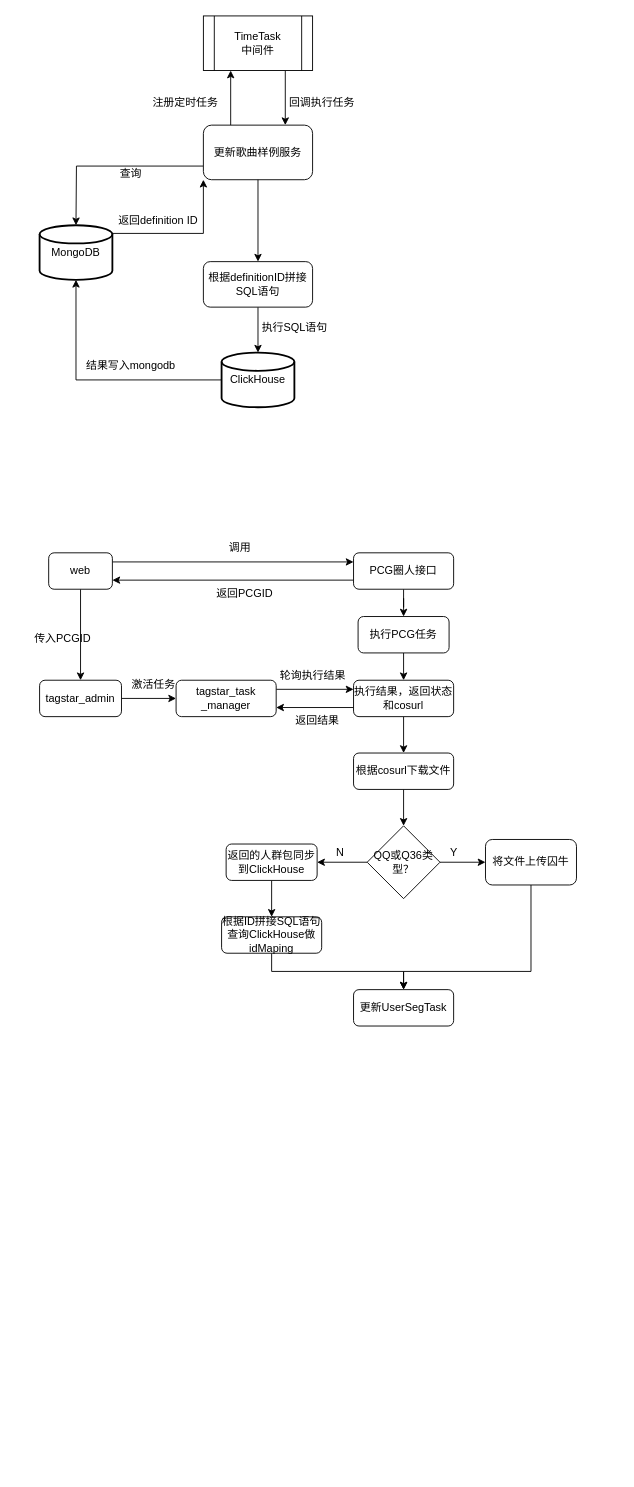
Above: 未命名绘图.drawio in stardust123456/go (draw.io), before the change. Source tidied: cells renumbered, new cells numbered last; positions are measured from the earlier drawing's top-left corner, leaving out a move shared by most shapes. Both pictures are drawn from the tidied source at 91%, with x=0, y=0 at pixel (21, 15).
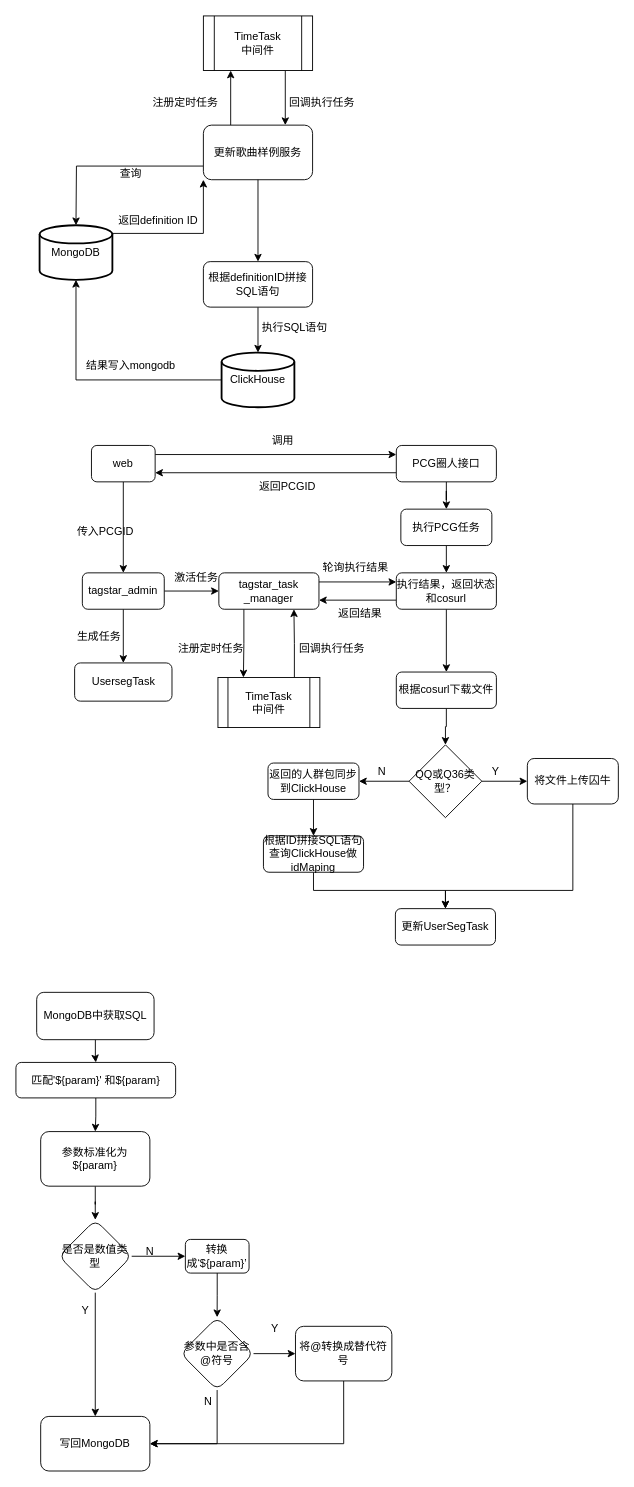
After the change.

Commit message:
更新未命名绘图.drawio

Change to the diagram source:
```diff
@@
     <mxCell id="22" value="web" style="rounded=1;whiteSpace=wrap;html=1;" parent="1" vertex="1">
-      <mxGeometry x="30" y="590" width="70" height="40" as="geometry" />
+      <mxGeometry x="77" y="472" width="70" height="40" as="geometry" />
     </mxCell>
@@
     <mxCell id="25" value="PCG圈人接口" style="whiteSpace=wrap;html=1;rounded=1;" parent="1" vertex="1">
-      <mxGeometry x="365" y="590" width="110" height="40" as="geometry" />
+      <mxGeometry x="412" y="472" width="110" height="40" as="geometry" />
     </mxCell>
@@
     <mxCell id="27" value="调用" style="text;html=1;align=center;verticalAlign=middle;strokeColor=none;fillColor=none;" parent="1" vertex="1">
-      <mxGeometry x="215" y="570" width="50" height="30" as="geometry" />
+      <mxGeometry x="262" y="452" width="50" height="30" as="geometry" />
     </mxCell>
@@
     <mxCell id="29" value="返回PCGID" style="text;html=1;align=center;verticalAlign=middle;points=[];strokeColor=none;fillColor=none;" parent="1" vertex="1">
-      <mxGeometry x="200" y="620" width="90" height="30" as="geometry" />
+      <mxGeometry x="247" y="502" width="90" height="30" as="geometry" />
     </mxCell>
@@
     <mxCell id="31" value="执行PCG任务" style="rounded=1;whiteSpace=wrap;html=1;" parent="1" vertex="1">
-      <mxGeometry x="370" y="660" width="100" height="40" as="geometry" />
+      <mxGeometry x="417" y="542" width="100" height="40" as="geometry" />
     </mxCell>
+    <mxCell id="33" style="edgeStyle=orthogonalEdgeStyle;rounded=0;jettySize=auto;html=1;exitX=0;exitY=0.75;exitDx=0;exitDy=0;entryX=1;entryY=0.75;entryDx=0;entryDy=0;" parent="1" edge="1" source="34" target="37">
+      <mxGeometry relative="1" as="geometry" />
+    </mxCell>
-    <mxCell id="32" style="edgeStyle=orthogonalEdgeStyle;rounded=0;jettySize=auto;html=1;exitX=0.5;exitY=1;exitDx=0;exitDy=0;" parent="1" edge="1" source="34" target="41">
+    <mxCell id="32" style="edgeStyle=orthogonalEdgeStyle;rounded=0;jettySize=auto;html=1;exitX=0.5;exitY=1;exitDx=0;exitDy=0;entryX=0.5;entryY=0;entryDx=0;entryDy=0;" parent="1" edge="1" source="34" target="41">
       <mxGeometry relative="1" as="geometry" />
     </mxCell>
-    <mxCell id="33" style="edgeStyle=orthogonalEdgeStyle;rounded=0;jettySize=auto;html=1;exitX=0;exitY=0.75;exitDx=0;exitDy=0;entryX=1;entryY=0.75;entryDx=0;entryDy=0;" parent="1" edge="1" source="34" target="37">
-      <mxGeometry relative="1" as="geometry" />
-    </mxCell>
     <mxCell id="34" value="执行结果，返回状态和cosurl" style="rounded=1;whiteSpace=wrap;html=1;" parent="1" vertex="1">
-      <mxGeometry x="365" y="730" width="110" height="40" as="geometry" />
+      <mxGeometry x="412" y="612" width="110" height="40" as="geometry" />
     </mxCell>
     <mxCell id="35" value="传入PCGID" style="text;html=1;align=center;verticalAlign=middle;strokeColor=none;fillColor=none;" parent="1" vertex="1">
-      <mxGeometry y="670" width="90" height="30" as="geometry" />
+      <mxGeometry x="47" y="552" width="90" height="30" as="geometry" />
     </mxCell>
@@
+    <mxCell id="58" style="rounded=0;jettySize=auto;html=1;exitX=0.25;exitY=1;exitDx=0;exitDy=0;entryX=0.25;entryY=0;entryDx=0;entryDy=0;edgeStyle=orthogonalEdgeStyle;" parent="1" edge="1" source="37" target="61">
+      <mxGeometry relative="1" as="geometry" />
+    </mxCell>
     <mxCell id="37" value="tagstar_task&lt;br&gt;_manager" style="rounded=1;whiteSpace=wrap;html=1;" parent="1" vertex="1">
-      <mxGeometry x="170" y="730" width="110" height="40" as="geometry" />
+      <mxGeometry x="217" y="612" width="110" height="40" as="geometry" />
     </mxCell>
     <mxCell id="38" value="激活任务" style="text;html=1;align=center;verticalAlign=middle;strokeColor=none;fillColor=none;" parent="1" vertex="1">
-      <mxGeometry x="110" y="720" width="70" height="30" as="geometry" />
+      <mxGeometry x="157" y="602" width="70" height="30" as="geometry" />
     </mxCell>
     <mxCell id="39" value="轮询执行结果" style="text;html=1;align=center;verticalAlign=middle;strokeColor=none;fillColor=none;" parent="1" vertex="1">
-      <mxGeometry x="270" y="710" width="100" height="30" as="geometry" />
+      <mxGeometry x="317" y="592" width="100" height="30" as="geometry" />
     </mxCell>
@@
     <mxCell id="41" value="根据cosurl下载文件" style="rounded=1;whiteSpace=wrap;html=1;" parent="1" vertex="1">
-      <mxGeometry x="365" y="810" width="110" height="40" as="geometry" />
+      <mxGeometry x="412" y="721" width="110" height="40" as="geometry" />
     </mxCell>
     <mxCell id="42" value="返回结果" style="text;html=1;align=center;verticalAlign=middle;strokeColor=none;fillColor=none;" parent="1" vertex="1">
-      <mxGeometry x="290" y="760" width="70" height="30" as="geometry" />
+      <mxGeometry x="337" y="642" width="70" height="30" as="geometry" />
     </mxCell>
@@
     <mxCell id="45" value="QQ或Q36类型？" style="rhombus;whiteSpace=wrap;html=1;" parent="1" vertex="1">
-      <mxGeometry x="380" y="890" width="80" height="80" as="geometry" />
+      <mxGeometry x="426" y="801" width="80" height="80" as="geometry" />
     </mxCell>
     <mxCell id="46" style="edgeStyle=orthogonalEdgeStyle;rounded=0;jettySize=auto;html=1;exitX=0.5;exitY=1;exitDx=0;exitDy=0;entryX=0.5;entryY=0;entryDx=0;entryDy=0;" parent="1" edge="1" source="47" target="56">
       <mxGeometry relative="1" as="geometry">
         <Array as="points">
-          <mxPoint x="560" y="1050" />
-          <mxPoint x="420" y="1050" />
+          <mxPoint x="606" y="961" />
+          <mxPoint x="466" y="961" />
         </Array>
       </mxGeometry>
     </mxCell>
     <mxCell id="47" value="将文件上传囚牛" style="rounded=1;whiteSpace=wrap;html=1;" parent="1" vertex="1">
-      <mxGeometry x="510" y="905" width="100" height="50" as="geometry" />
+      <mxGeometry x="556" y="816" width="100" height="50" as="geometry" />
     </mxCell>
     <mxCell id="48" value="Y" style="text;html=1;align=center;verticalAlign=middle;strokeColor=none;fillColor=none;" parent="1" vertex="1">
-      <mxGeometry x="460" y="905" width="30" height="30" as="geometry" />
+      <mxGeometry x="506" y="816" width="30" height="30" as="geometry" />
     </mxCell>
     <mxCell id="49" style="endArrow=classic;html=1;rounded=0;entryX=0;entryY=0.5;entryDx=0;entryDy=0;edgeStyle=orthogonalEdgeStyle;strokeColor=none;" parent="1" edge="1" target="51">
       <mxGeometry relative="1" as="geometry">
-        <mxPoint x="40" y="720" as="sourcePoint" />
+        <mxPoint x="87" y="602" as="sourcePoint" />
       </mxGeometry>
     </mxCell>
@@
+    <mxCell id="59" style="edgeStyle=orthogonalEdgeStyle;rounded=0;jettySize=auto;html=1;" parent="1" edge="1" source="51" target="85">
+      <mxGeometry relative="1" as="geometry" />
+    </mxCell>
     <mxCell id="51" value="tagstar_admin" style="rounded=1;whiteSpace=wrap;html=1;" parent="1" vertex="1">
-      <mxGeometry x="20" y="730" width="90" height="40" as="geometry" />
+      <mxGeometry x="67" y="612" width="90" height="40" as="geometry" />
     </mxCell>
@@
     <mxCell id="53" value="返回的人群包同步到ClickHouse" style="rounded=1;whiteSpace=wrap;html=1;" parent="1" vertex="1">
-      <mxGeometry x="225" y="910" width="100" height="40" as="geometry" />
+      <mxGeometry x="271" y="821" width="100" height="40" as="geometry" />
     </mxCell>
@@
     <mxCell id="55" value="根据ID拼接SQL语句查询ClickHouse做idMaping" style="rounded=1;whiteSpace=wrap;html=1;" parent="1" vertex="1">
-      <mxGeometry x="220" y="990" width="110" height="40" as="geometry" />
+      <mxGeometry x="266" y="901" width="110" height="40" as="geometry" />
     </mxCell>
     <mxCell id="56" value="更新UserSegTask" style="rounded=1;whiteSpace=wrap;html=1;" parent="1" vertex="1">
-      <mxGeometry x="365" y="1070" width="110" height="40" as="geometry" />
+      <mxGeometry x="411" y="981" width="110" height="40" as="geometry" />
     </mxCell>
     <mxCell id="57" value="N" style="text;html=1;align=center;verticalAlign=middle;strokeColor=none;fillColor=none;" parent="1" vertex="1">
-      <mxGeometry x="335" y="905" width="30" height="30" as="geometry" />
+      <mxGeometry x="381" y="816" width="30" height="30" as="geometry" />
     </mxCell>
+    <mxCell id="60" style="edgeStyle=orthogonalEdgeStyle;rounded=0;jettySize=auto;html=1;exitX=0.75;exitY=0;exitDx=0;exitDy=0;entryX=0.75;entryY=1;entryDx=0;entryDy=0;" parent="1" edge="1" source="61" target="37">
+      <mxGeometry relative="1" as="geometry" />
+    </mxCell>
+    <mxCell id="61" value="TimeTask&lt;br&gt;中间件" style="shape=process;whiteSpace=wrap;html=1;backgroundOutline=1;" parent="1" vertex="1">
+      <mxGeometry x="216" y="727" width="112" height="55" as="geometry" />
+    </mxCell>
+    <mxCell id="62" value="注册定时任务" style="text;html=1;align=center;verticalAlign=middle;strokeColor=none;fillColor=none;" parent="1" vertex="1">
+      <mxGeometry x="163" y="682" width="90" height="26" as="geometry" />
+    </mxCell>
+    <mxCell id="63" value="回调执行任务" style="text;html=1;align=center;verticalAlign=middle;strokeColor=none;fillColor=none;" parent="1" vertex="1">
+      <mxGeometry x="296" y="682" width="90" height="26" as="geometry" />
+    </mxCell>
+    <mxCell id="64" style="edgeStyle=orthogonalEdgeStyle;rounded=0;jettySize=auto;html=1;" parent="1" edge="1" source="65" target="67">
+      <mxGeometry relative="1" as="geometry" />
+    </mxCell>
+    <mxCell id="65" value="MongoDB中获取SQL" style="rounded=1;whiteSpace=wrap;html=1;" parent="1" vertex="1">
+      <mxGeometry x="16.8" y="1073" width="129" height="52" as="geometry" />
+    </mxCell>
+    <mxCell id="66" style="edgeStyle=orthogonalEdgeStyle;rounded=0;jettySize=auto;html=1;" parent="1" edge="1" source="67" target="69">
+      <mxGeometry relative="1" as="geometry" />
+    </mxCell>
+    <mxCell id="67" value="匹配'${param}' 和${param}" style="whiteSpace=wrap;html=1;rounded=1;" parent="1" vertex="1">
+      <mxGeometry x="-6" y="1150" width="175.5" height="39" as="geometry" />
+    </mxCell>
+    <mxCell id="68" style="edgeStyle=orthogonalEdgeStyle;rounded=0;jettySize=auto;html=1;" parent="1" edge="1" source="69" target="72">
+      <mxGeometry relative="1" as="geometry" />
+    </mxCell>
+    <mxCell id="69" value="参数标准化为${param}" style="whiteSpace=wrap;html=1;rounded=1;" parent="1" vertex="1">
+      <mxGeometry x="21.2" y="1226" width="120" height="60" as="geometry" />
+    </mxCell>
+    <mxCell id="70" style="edgeStyle=orthogonalEdgeStyle;rounded=0;jettySize=auto;html=1;" parent="1" edge="1" source="72" target="74">
+      <mxGeometry relative="1" as="geometry" />
+    </mxCell>
+    <mxCell id="71" style="edgeStyle=orthogonalEdgeStyle;rounded=0;jettySize=auto;html=1;" parent="1" edge="1" source="72" target="76">
+      <mxGeometry relative="1" as="geometry" />
+    </mxCell>
+    <mxCell id="72" value="是否是数值类型" style="rhombus;whiteSpace=wrap;html=1;rounded=1;" parent="1" vertex="1">
+      <mxGeometry x="41.2" y="1323" width="80" height="80" as="geometry" />
+    </mxCell>
+    <mxCell id="73" style="edgeStyle=orthogonalEdgeStyle;rounded=0;jettySize=auto;html=1;exitX=0.5;exitY=1;exitDx=0;exitDy=0;entryX=0.5;entryY=0;entryDx=0;entryDy=0;" parent="1" edge="1" source="74" target="80">
+      <mxGeometry relative="1" as="geometry" />
+    </mxCell>
+    <mxCell id="74" value="转换成‘${param}’" style="whiteSpace=wrap;html=1;rounded=1;" parent="1" vertex="1">
+      <mxGeometry x="180.2" y="1344.5" width="70" height="37" as="geometry" />
+    </mxCell>
+    <mxCell id="75" value="N" style="text;html=1;align=center;verticalAlign=middle;strokeColor=none;fillColor=none;" parent="1" vertex="1">
+      <mxGeometry x="127.2" y="1345" width="27" height="26" as="geometry" />
+    </mxCell>
+    <mxCell id="76" value="写回MongoDB" style="whiteSpace=wrap;html=1;rounded=1;" parent="1" vertex="1">
+      <mxGeometry x="21.2" y="1539" width="120" height="60" as="geometry" />
+    </mxCell>
+    <mxCell id="77" value="Y" style="text;html=1;align=center;verticalAlign=middle;strokeColor=none;fillColor=none;" parent="1" vertex="1">
+      <mxGeometry x="57.2" y="1410" width="26" height="26" as="geometry" />
+    </mxCell>
+    <mxCell id="78" style="edgeStyle=orthogonalEdgeStyle;rounded=0;jettySize=auto;html=1;" parent="1" edge="1" source="80" target="82">
+      <mxGeometry relative="1" as="geometry" />
+    </mxCell>
+    <mxCell id="79" style="edgeStyle=orthogonalEdgeStyle;rounded=0;jettySize=auto;html=1;exitX=0.5;exitY=1;exitDx=0;exitDy=0;entryX=1;entryY=0.5;entryDx=0;entryDy=0;" parent="1" edge="1" source="80" target="76">
+      <mxGeometry relative="1" as="geometry" />
+    </mxCell>
+    <mxCell id="80" value="参数中是否含@符号" style="rhombus;whiteSpace=wrap;html=1;rounded=1;" parent="1" vertex="1">
+      <mxGeometry x="175.1" y="1430" width="80" height="80" as="geometry" />
+    </mxCell>
+    <mxCell id="81" style="edgeStyle=orthogonalEdgeStyle;rounded=0;jettySize=auto;html=1;exitX=0.5;exitY=1;exitDx=0;exitDy=0;entryX=1;entryY=0.5;entryDx=0;entryDy=0;" parent="1" edge="1" source="82" target="76">
+      <mxGeometry relative="1" as="geometry" />
+    </mxCell>
+    <mxCell id="82" value="将@转换成替代符号" style="whiteSpace=wrap;html=1;rounded=1;" parent="1" vertex="1">
+      <mxGeometry x="301.2" y="1440" width="105.9" height="60" as="geometry" />
+    </mxCell>
+    <mxCell id="83" value="Y&amp;nbsp;" style="text;html=1;align=center;verticalAlign=middle;strokeColor=none;fillColor=none;" parent="1" vertex="1">
+      <mxGeometry x="265" y="1430" width="29" height="26" as="geometry" />
+    </mxCell>
+    <mxCell id="84" value="N" style="text;html=1;align=center;verticalAlign=middle;strokeColor=none;fillColor=none;" parent="1" vertex="1">
+      <mxGeometry x="191.1" y="1510" width="27" height="26" as="geometry" />
+    </mxCell>
+    <mxCell id="85" value="UsersegTask" style="whiteSpace=wrap;html=1;rounded=1;" parent="1" vertex="1">
+      <mxGeometry x="58.5" y="711" width="107" height="42" as="geometry" />
+    </mxCell>
+    <mxCell id="86" value="生成任务" style="text;html=1;align=center;verticalAlign=middle;strokeColor=none;fillColor=none;" parent="1" vertex="1">
+      <mxGeometry x="52" y="669" width="66" height="26" as="geometry" />
+    </mxCell>
```
